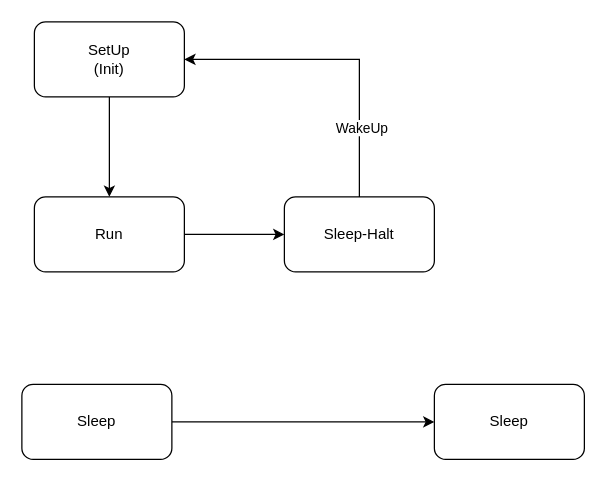
Above: 未命名绘图.drawio in sailuoluo/My_Model (draw.io), before the change. Source tidied: cells renumbered, new cells numbered last; positions are measured from the earlier drawing's top-left corner, leaving out a move shared by most shapes. Both pictures are drawn from the tidied source at 125%, with x=0, y=0 at pixel (21, 21).
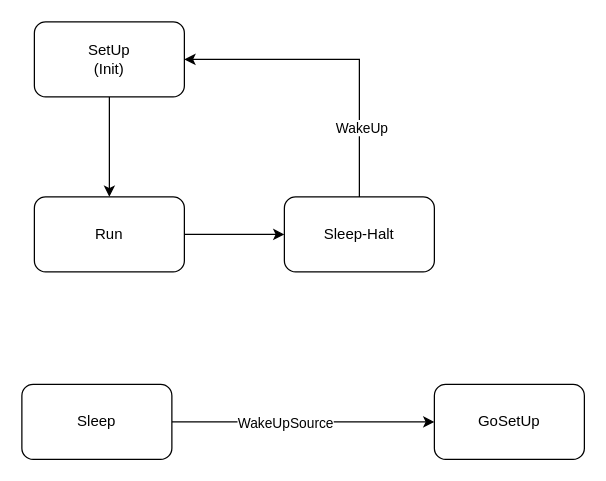
The same diagram, later.

Commit message:
已添加 未命名绘图.drawio

The edit, as a diff of the source:
```diff
@@
 <mxGraphModel>
   <root>
     <mxCell id="0" />
     <mxCell id="1" parent="0" />
     <mxCell id="2" style="edgeStyle=orthogonalEdgeStyle;rounded=0;jettySize=auto;html=1;" parent="1" edge="1" source="3" target="5">
       <mxGeometry relative="1" as="geometry" />
     </mxCell>
     <mxCell id="3" value="SetUp&lt;div&gt;(Init)&lt;/div&gt;" style="rounded=1;whiteSpace=wrap;html=1;" parent="1" vertex="1">
       <mxGeometry x="10" width="120" height="60" as="geometry" />
     </mxCell>
     <mxCell id="4" style="edgeStyle=orthogonalEdgeStyle;rounded=0;jettySize=auto;html=1;entryX=0;entryY=0.5;entryDx=0;entryDy=0;" parent="1" edge="1" source="5" target="8">
       <mxGeometry relative="1" as="geometry" />
     </mxCell>
     <mxCell id="5" value="Run" style="rounded=1;whiteSpace=wrap;html=1;" parent="1" vertex="1">
       <mxGeometry x="10" y="140" width="120" height="60" as="geometry" />
     </mxCell>
     <mxCell id="6" style="edgeStyle=orthogonalEdgeStyle;rounded=0;jettySize=auto;html=1;exitX=0.5;exitY=0;exitDx=0;exitDy=0;entryX=1;entryY=0.5;entryDx=0;entryDy=0;" parent="1" edge="1" source="8" target="3">
       <mxGeometry relative="1" as="geometry" />
     </mxCell>
     <mxCell id="7" value="WakeUp" style="edgeLabel;html=1;align=center;verticalAlign=middle;" parent="6" vertex="1">
       <mxGeometry x="-0.55" y="-1" relative="1" as="geometry" />
     </mxCell>
     <mxCell id="8" value="Sleep-Halt" style="rounded=1;whiteSpace=wrap;html=1;" parent="1" vertex="1">
       <mxGeometry x="210" y="140" width="120" height="60" as="geometry" />
     </mxCell>
     <mxCell id="9" style="edgeStyle=orthogonalEdgeStyle;rounded=0;jettySize=auto;html=1;entryX=0;entryY=0.5;entryDx=0;entryDy=0;" parent="1" edge="1" source="10" target="11">
       <mxGeometry relative="1" as="geometry" />
     </mxCell>
+    <mxCell id="12" value="WakeUpSource" style="edgeLabel;html=1;align=center;verticalAlign=middle;" parent="9" vertex="1">
+      <mxGeometry x="-0.2" y="-1" relative="1" as="geometry">
+        <mxPoint x="6" y="-1" as="offset" />
+      </mxGeometry>
+    </mxCell>
     <mxCell id="10" value="Sleep" style="rounded=1;whiteSpace=wrap;html=1;" parent="1" vertex="1">
       <mxGeometry y="290" width="120" height="60" as="geometry" />
     </mxCell>
-    <mxCell id="11" value="Sleep" style="rounded=1;whiteSpace=wrap;html=1;" parent="1" vertex="1">
+    <mxCell id="11" value="GoSetUp" style="rounded=1;whiteSpace=wrap;html=1;" parent="1" vertex="1">
       <mxGeometry x="330" y="290" width="120" height="60" as="geometry" />
     </mxCell>
   </root>
 </mxGraphModel>
```
